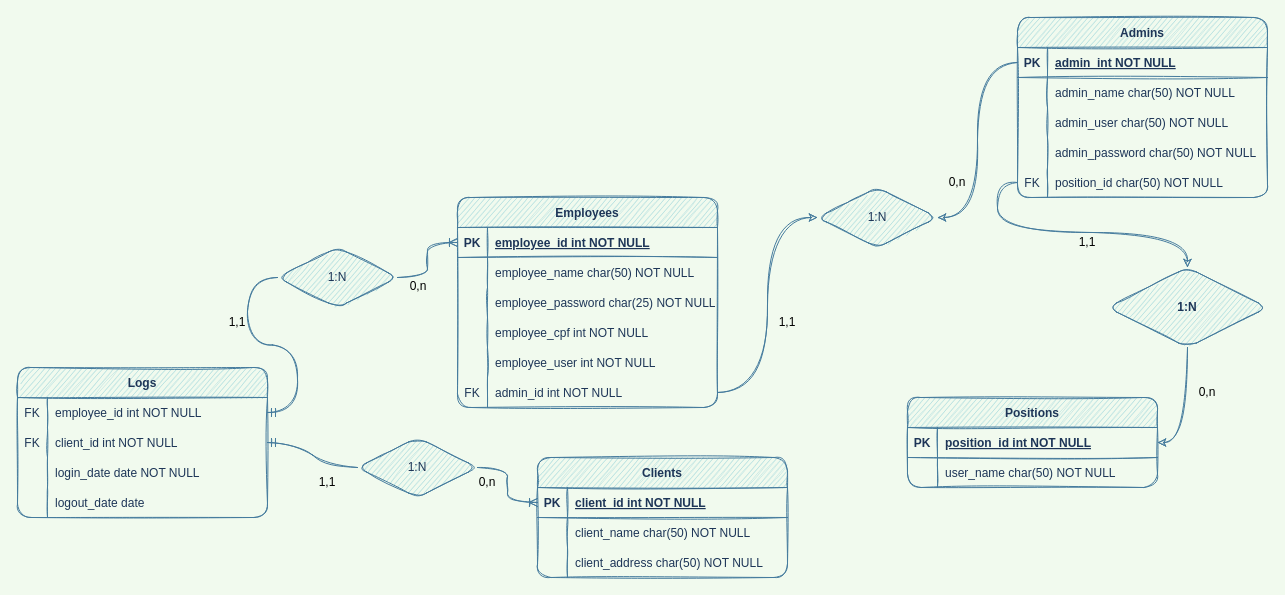
Earlier version of the draw.io diagram hermes.beta.drawio (eoandrw/projeto-hermes). Source tidied: cells renumbered, new cells numbered last; positions are measured from the earlier drawing's top-left corner, leaving out a move shared by most shapes. Both pictures are drawn from the tidied source at 100%, with x=0, y=0 at pixel (17, 17).
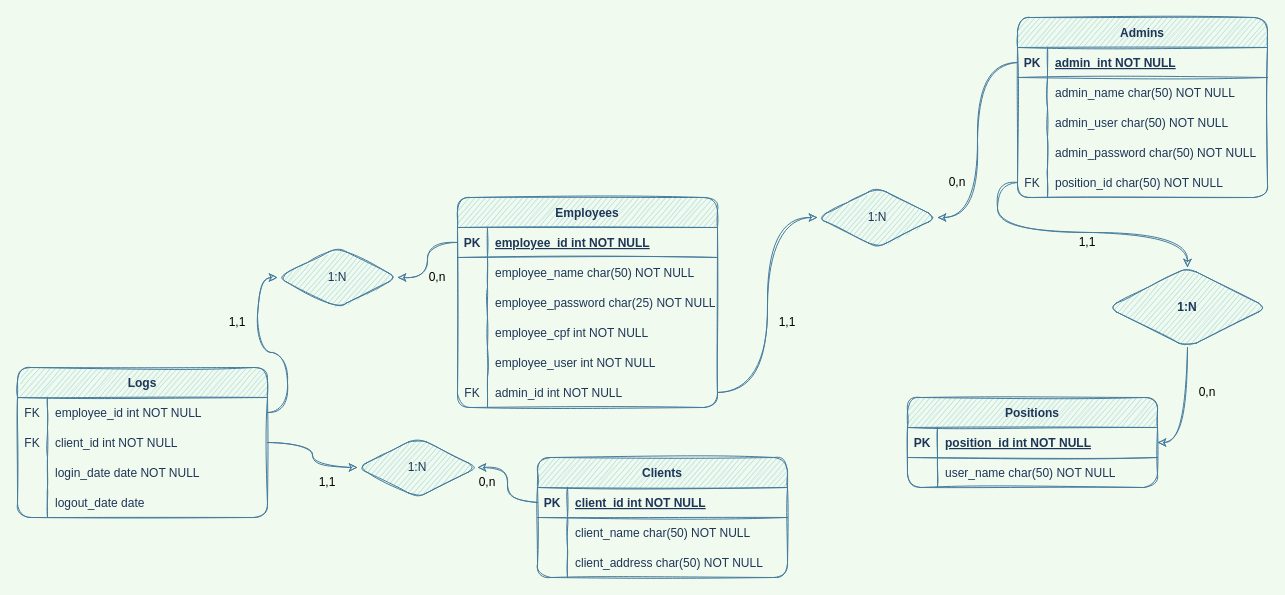
The same page after the edit.

Commit message (it also covers changes not shown here):
versão beta - setas

The change refers to these unchanged cells:
```xml
<mxCell id="20" style="shape=partialRectangle;fillColor=none;points=[[0,0.5],[1,0.5]];portConstraint=eastwest;top=0;left=0;right=0;bottom=0;rounded=1;sketch=1;strokeColor=#457B9D;fontColor=#1D3557;" parent="19" vertex="1">
  <mxGeometry y="30" width="250" height="30" as="geometry" />
</mxCell>
<mxCell id="23" style="shape=partialRectangle;fillColor=none;points=[[0,0.5],[1,0.5]];portConstraint=eastwest;top=0;left=0;right=0;bottom=0;rounded=1;sketch=1;strokeColor=#457B9D;fontColor=#1D3557;" parent="19" vertex="1">
  <mxGeometry y="60" width="250" height="30" as="geometry" />
</mxCell>
<mxCell id="33" style="shape=partialRectangle;fillColor=none;points=[[0,0.5],[1,0.5]];portConstraint=eastwest;top=0;left=0;right=0;bottom=1;rounded=1;sketch=1;strokeColor=#457B9D;fontColor=#1D3557;" parent="32" vertex="1">
  <mxGeometry y="30" width="260" height="30" as="geometry" />
</mxCell>
<mxCell id="52" style="shape=partialRectangle;fillColor=none;points=[[0,0.5],[1,0.5]];portConstraint=eastwest;top=0;left=0;right=0;bottom=1;rounded=1;sketch=1;strokeColor=#457B9D;fontColor=#1D3557;" parent="51" vertex="1">
  <mxGeometry y="30" width="250" height="30" as="geometry" />
</mxCell>
<mxCell id="63" value="1:N" style="shape=rhombus;perimeter=rhombusPerimeter;whiteSpace=wrap;html=1;align=center;shadow=0;strokeColor=#457B9D;rounded=1;sketch=1;fillColor=#A8DADC;fontColor=#1D3557;" parent="1" vertex="1">
  <mxGeometry x="260" y="230" width="120" height="60" as="geometry" />
</mxCell>
<mxCell id="65" value="1:N" style="shape=rhombus;perimeter=rhombusPerimeter;whiteSpace=wrap;html=1;align=center;shadow=0;strokeColor=#457B9D;rounded=1;sketch=1;fillColor=#A8DADC;fontColor=#1D3557;" parent="1" vertex="1">
  <mxGeometry x="340" y="420" width="120" height="60" as="geometry" />
</mxCell>
```

What changed in the source:
```diff
@@
-    <mxCell id="61" style="edgeStyle=entityRelationEdgeStyle;fontSize=12;html=1;endArrow=ERoneToMany;startArrow=none;rounded=1;exitX=1;exitY=0.5;exitDx=0;exitDy=0;curved=1;sketch=1;strokeColor=#457B9D;fontColor=#1D3557;labelBackgroundColor=#F1FAEE;" parent="1" edge="1" source="63" target="33">
-      <mxGeometry relative="1" as="geometry" />
-    </mxCell>
-    <mxCell id="62" style="edgeStyle=entityRelationEdgeStyle;fontSize=12;html=1;endArrow=ERoneToMany;startArrow=none;rounded=1;exitX=1;exitY=0.5;exitDx=0;exitDy=0;entryX=0;entryY=0.5;entryDx=0;entryDy=0;curved=1;sketch=1;strokeColor=#457B9D;fontColor=#1D3557;labelBackgroundColor=#F1FAEE;" parent="1" edge="1" source="65" target="52">
-      <mxGeometry relative="1" as="geometry" />
-    </mxCell>
@@
-    <mxCell id="64" style="edgeStyle=entityRelationEdgeStyle;fontSize=12;html=1;endArrow=none;startArrow=ERmandOne;rounded=1;exitX=1;exitY=0.5;exitDx=0;exitDy=0;curved=1;sketch=1;strokeColor=#457B9D;fontColor=#1D3557;labelBackgroundColor=#F1FAEE;" parent="1" edge="1" source="20" target="63">
-      <mxGeometry relative="1" as="geometry" />
-    </mxCell>
@@
-    <mxCell id="66" style="edgeStyle=entityRelationEdgeStyle;fontSize=12;html=1;endArrow=none;startArrow=ERmandOne;rounded=1;exitX=1;exitY=0.5;exitDx=0;exitDy=0;entryX=0;entryY=0.5;entryDx=0;entryDy=0;curved=1;sketch=1;strokeColor=#457B9D;fontColor=#1D3557;labelBackgroundColor=#F1FAEE;" parent="1" edge="1" source="23" target="65">
-      <mxGeometry relative="1" as="geometry" />
-    </mxCell>
@@
     <mxCell id="80" value="0,n" style="text;html=1;strokeColor=none;fillColor=none;align=center;verticalAlign=middle;whiteSpace=wrap;rounded=0;rotation=0;" parent="1" vertex="1">
-      <mxGeometry x="371" y="254" width="60" height="30" as="geometry" />
+      <mxGeometry x="390" y="245" width="60" height="30" as="geometry" />
     </mxCell>
@@
+    <mxCell id="87" style="edgeStyle=orthogonalEdgeStyle;rounded=1;sketch=1;jumpStyle=none;jettySize=auto;html=1;endSize=6;targetPerimeterSpacing=0;strokeColor=#457B9D;exitX=0;exitY=0.5;exitDx=0;exitDy=0;curved=1;fontColor=#1D3557;labelBackgroundColor=#F1FAEE;entryX=1;entryY=0.5;entryDx=0;entryDy=0;" parent="1" edge="1" source="52" target="65">
+      <mxGeometry relative="1" as="geometry" />
+    </mxCell>
+    <mxCell id="66" style="edgeStyle=orthogonalEdgeStyle;rounded=1;sketch=1;jumpStyle=none;jettySize=auto;html=1;endSize=6;targetPerimeterSpacing=0;strokeColor=#457B9D;curved=1;fontColor=#1D3557;labelBackgroundColor=#F1FAEE;" parent="1" edge="1" source="23" target="65">
+      <mxGeometry relative="1" as="geometry" />
+    </mxCell>
+    <mxCell id="64" style="edgeStyle=orthogonalEdgeStyle;rounded=1;sketch=1;jumpStyle=none;jettySize=auto;html=1;endSize=6;targetPerimeterSpacing=0;strokeColor=#457B9D;curved=1;fontColor=#1D3557;labelBackgroundColor=#F1FAEE;entryX=0;entryY=0.5;entryDx=0;entryDy=0;" parent="1" edge="1" source="20" target="63">
+      <mxGeometry relative="1" as="geometry" />
+    </mxCell>
+    <mxCell id="88" style="edgeStyle=orthogonalEdgeStyle;rounded=1;sketch=1;jumpStyle=none;jettySize=auto;html=1;endSize=6;targetPerimeterSpacing=0;strokeColor=#457B9D;curved=1;fontColor=#1D3557;labelBackgroundColor=#F1FAEE;exitX=0;exitY=0.5;exitDx=0;exitDy=0;" parent="1" edge="1" source="33" target="63">
+      <mxGeometry relative="1" as="geometry" />
+    </mxCell>
```
